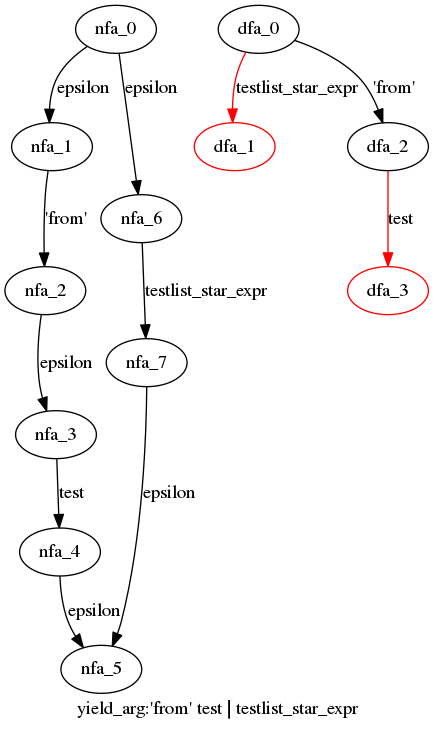
This is cpython/grammar/handwrite/nfa_dfas/87.yield_arg.dot.png from WinChua/blog, a Graphviz export, as it was before one commit. Its source is kept beside it as cpython/grammar/handwrite/nfa_dfas/87.yield_arg.dot. Source of this version:
```dot
digraph yield_arg {
 graph[label="yield_arg:'from' test | testlist_star_expr"]
 subgraph yield_arg_nfa {
  nfa_0->nfa_1[label="epsilon"]
  nfa_1->nfa_2[label="'from'"]
  nfa_2->nfa_3[label="epsilon"]
  nfa_3->nfa_4[label="test"]
  nfa_4->nfa_5[label="epsilon"]
  nfa_0->nfa_6[label="epsilon"]
  nfa_6->nfa_7[label="testlist_star_expr"]
  nfa_7->nfa_5[label="epsilon"]
  }
 subgraph yield_arg_dfa {
  dfa_0->dfa_1[label="testlist_star_expr",color=red]
  dfa_0->dfa_2[label="'from'"]
  dfa_2->dfa_3[label="test",color=red]
  dfa_1[color=red]
  dfa_3[color=red]
  }
}
```
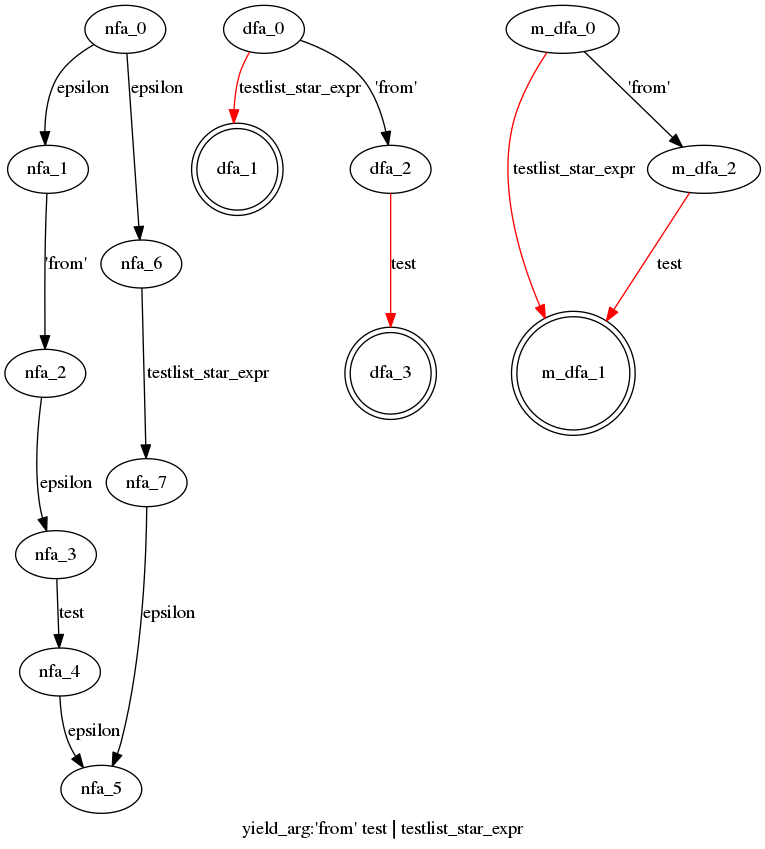
Above is the later version.

The edit, as a diff of the source:
```diff
@@ -14,7 +14,13 @@
   dfa_0->dfa_1[label="testlist_star_expr",color=red]
   dfa_0->dfa_2[label="'from'"]
   dfa_2->dfa_3[label="test",color=red]
-  dfa_1[color=red]
-  dfa_3[color=red]
+  dfa_1[shape=doublecircle]
+  dfa_3[shape=doublecircle]
+  }
+ subgraph yield_arg_m_dfa {
+  m_dfa_0->m_dfa_1[label="testlist_star_expr",color=red]
+  m_dfa_0->m_dfa_2[label="'from'"]
+  m_dfa_2->m_dfa_1[label="test",color=red]
+  m_dfa_1[shape=doublecircle]
   }
 }
```
